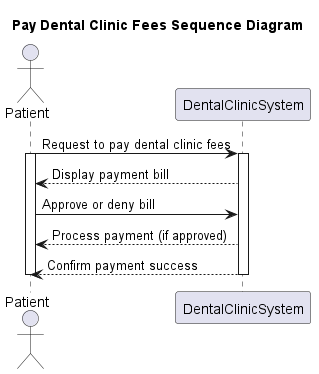
Earlier version of the PlantUML export Lab1.2/Sequence diagram/Pay Dental Clinic Fees_seq.png (baonehe/SE357-Pratice-class).
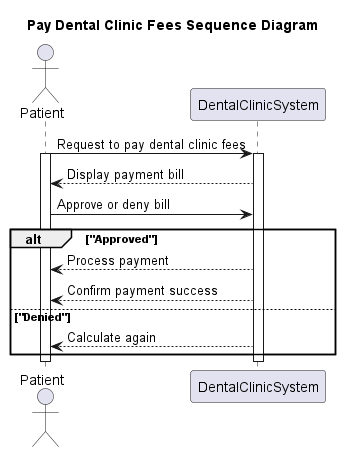
Above is the later version.

The edit, as a diff of the source:
```diff
@@ -10,9 +10,12 @@
 
 DentalClinicSystem --> Patient: Display payment bill
 Patient -> DentalClinicSystem: Approve or deny bill
-DentalClinicSystem --> Patient: Process payment (if approved)
+alt "Approved"
+DentalClinicSystem --> Patient: Process payment
 DentalClinicSystem --> Patient: Confirm payment success
-
+else "Denied"
+DentalClinicSystem --> Patient: Calculate again
+end
 deactivate DentalClinicSystem
 deactivate Patient
 @enduml
```
